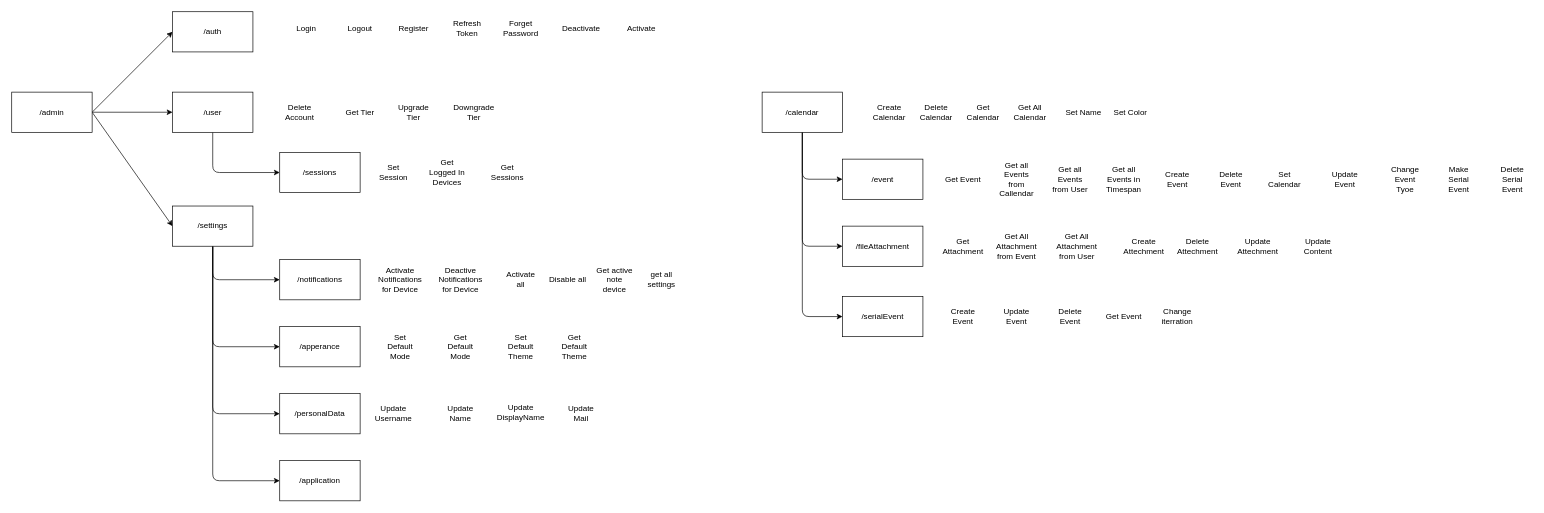
This is page "Admin" (1 of 2) of Architecture/Backend.drawio from TodoXpress/Documentation, a draw.io file, before an edit. Source tidied: cells renumbered, new cells numbered last; positions are measured from the earlier drawing's top-left corner, leaving out a move shared by most shapes. Both pictures are drawn from the tidied source at 67%, with x=0, y=0 at pixel (11, 11).
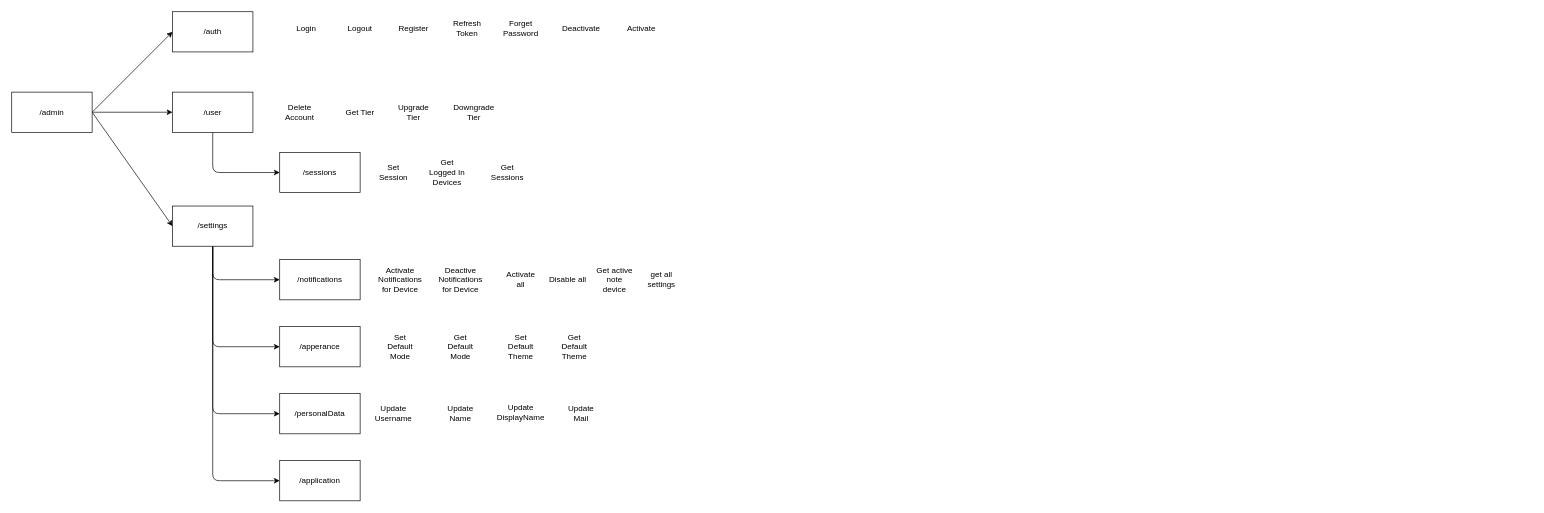
The same page after the edit.

Commit message:
split admin and calendar endoints

Diff of the diagram source:
```diff
@@
-    <mxCell id="47" style="edgeStyle=none;html=1;entryX=0;entryY=0.5;entryDx=0;entryDy=0;" parent="1" edge="1" source="50" target="57">
-      <mxGeometry relative="1" as="geometry">
-        <Array as="points">
-          <mxPoint x="1180" y="250" />
-        </Array>
-      </mxGeometry>
-    </mxCell>
-    <mxCell id="48" style="edgeStyle=none;html=1;exitX=0.5;exitY=1;exitDx=0;exitDy=0;entryX=0;entryY=0.5;entryDx=0;entryDy=0;" parent="1" edge="1" source="50" target="62">
-      <mxGeometry relative="1" as="geometry">
-        <Array as="points">
-          <mxPoint x="1180" y="455" />
-        </Array>
-      </mxGeometry>
-    </mxCell>
-    <mxCell id="49" style="edgeStyle=none;html=1;exitX=0.5;exitY=1;exitDx=0;exitDy=0;entryX=0;entryY=0.5;entryDx=0;entryDy=0;" parent="1" edge="1" source="50" target="75">
-      <mxGeometry relative="1" as="geometry">
-        <Array as="points">
-          <mxPoint x="1180" y="350" />
-        </Array>
-      </mxGeometry>
-    </mxCell>
-    <mxCell id="50" value="/calendar" style="rounded=0;whiteSpace=wrap;html=1;" parent="1" vertex="1">
-      <mxGeometry x="1120" y="120" width="120" height="60" as="geometry" />
-    </mxCell>
-    <mxCell id="51" value="Create Calendar" style="text;html=1;strokeColor=none;fillColor=none;align=center;verticalAlign=middle;whiteSpace=wrap;rounded=0;" parent="1" vertex="1">
-      <mxGeometry x="1280" y="135" width="60" height="30" as="geometry" />
-    </mxCell>
-    <mxCell id="52" value="Delete Calendar" style="text;html=1;strokeColor=none;fillColor=none;align=center;verticalAlign=middle;whiteSpace=wrap;rounded=0;" parent="1" vertex="1">
-      <mxGeometry x="1350" y="135" width="60" height="30" as="geometry" />
-    </mxCell>
-    <mxCell id="53" value="Get Calendar" style="text;html=1;strokeColor=none;fillColor=none;align=center;verticalAlign=middle;whiteSpace=wrap;rounded=0;" parent="1" vertex="1">
-      <mxGeometry x="1420" y="135" width="60" height="30" as="geometry" />
-    </mxCell>
-    <mxCell id="54" value="Get All Calendar" style="text;html=1;strokeColor=none;fillColor=none;align=center;verticalAlign=middle;whiteSpace=wrap;rounded=0;" parent="1" vertex="1">
-      <mxGeometry x="1490" y="135" width="60" height="30" as="geometry" />
-    </mxCell>
-    <mxCell id="55" value="Set Name" style="text;html=1;strokeColor=none;fillColor=none;align=center;verticalAlign=middle;whiteSpace=wrap;rounded=0;" parent="1" vertex="1">
-      <mxGeometry x="1570" y="135" width="60" height="30" as="geometry" />
-    </mxCell>
-    <mxCell id="56" value="Set Color" style="text;html=1;strokeColor=none;fillColor=none;align=center;verticalAlign=middle;whiteSpace=wrap;rounded=0;" parent="1" vertex="1">
-      <mxGeometry x="1640" y="135" width="60" height="30" as="geometry" />
-    </mxCell>
-    <mxCell id="57" value="/event" style="rounded=0;whiteSpace=wrap;html=1;" parent="1" vertex="1">
-      <mxGeometry x="1240" y="220" width="120" height="60" as="geometry" />
-    </mxCell>
-    <mxCell id="58" value="Create Event" style="text;html=1;strokeColor=none;fillColor=none;align=center;verticalAlign=middle;whiteSpace=wrap;rounded=0;" parent="1" vertex="1">
-      <mxGeometry x="1710" y="235" width="60" height="30" as="geometry" />
-    </mxCell>
-    <mxCell id="59" value="Update Event" style="text;html=1;strokeColor=none;fillColor=none;align=center;verticalAlign=middle;whiteSpace=wrap;rounded=0;" parent="1" vertex="1">
-      <mxGeometry x="1960" y="235" width="60" height="30" as="geometry" />
-    </mxCell>
-    <mxCell id="60" value="Set Calendar" style="text;html=1;strokeColor=none;fillColor=none;align=center;verticalAlign=middle;whiteSpace=wrap;rounded=0;" parent="1" vertex="1">
-      <mxGeometry x="1870" y="235" width="60" height="30" as="geometry" />
-    </mxCell>
-    <mxCell id="61" value="Delete&lt;br&gt;Event" style="text;html=1;strokeColor=none;fillColor=none;align=center;verticalAlign=middle;whiteSpace=wrap;rounded=0;" parent="1" vertex="1">
-      <mxGeometry x="1790" y="235" width="60" height="30" as="geometry" />
-    </mxCell>
-    <mxCell id="62" value="/serialEvent" style="rounded=0;whiteSpace=wrap;html=1;" parent="1" vertex="1">
-      <mxGeometry x="1240" y="425" width="120" height="60" as="geometry" />
-    </mxCell>
-    <mxCell id="63" value="Create Event" style="text;html=1;strokeColor=none;fillColor=none;align=center;verticalAlign=middle;whiteSpace=wrap;rounded=0;" parent="1" vertex="1">
-      <mxGeometry x="1390" y="440" width="60" height="30" as="geometry" />
-    </mxCell>
-    <mxCell id="64" value="Delete&lt;br&gt;Event" style="text;html=1;strokeColor=none;fillColor=none;align=center;verticalAlign=middle;whiteSpace=wrap;rounded=0;" parent="1" vertex="1">
-      <mxGeometry x="1550" y="440" width="60" height="30" as="geometry" />
-    </mxCell>
-    <mxCell id="65" value="Get Event" style="text;html=1;strokeColor=none;fillColor=none;align=center;verticalAlign=middle;whiteSpace=wrap;rounded=0;" parent="1" vertex="1">
-      <mxGeometry x="1630" y="440" width="60" height="30" as="geometry" />
-    </mxCell>
-    <mxCell id="66" value="Get Event" style="text;html=1;strokeColor=none;fillColor=none;align=center;verticalAlign=middle;whiteSpace=wrap;rounded=0;" parent="1" vertex="1">
-      <mxGeometry x="1390" y="235" width="60" height="30" as="geometry" />
-    </mxCell>
-    <mxCell id="67" value="Get all Events from Callendar" style="text;html=1;strokeColor=none;fillColor=none;align=center;verticalAlign=middle;whiteSpace=wrap;rounded=0;" parent="1" vertex="1">
-      <mxGeometry x="1470" y="235" width="60" height="30" as="geometry" />
-    </mxCell>
-    <mxCell id="68" value="Get all Events from User" style="text;html=1;strokeColor=none;fillColor=none;align=center;verticalAlign=middle;whiteSpace=wrap;rounded=0;" parent="1" vertex="1">
-      <mxGeometry x="1550" y="235" width="60" height="30" as="geometry" />
-    </mxCell>
-    <mxCell id="69" value="Get all Events in Timespan" style="text;html=1;strokeColor=none;fillColor=none;align=center;verticalAlign=middle;whiteSpace=wrap;rounded=0;" parent="1" vertex="1">
-      <mxGeometry x="1630" y="235" width="60" height="30" as="geometry" />
-    </mxCell>
-    <mxCell id="70" value="Change iterration" style="text;html=1;strokeColor=none;fillColor=none;align=center;verticalAlign=middle;whiteSpace=wrap;rounded=0;" parent="1" vertex="1">
-      <mxGeometry x="1710" y="440" width="60" height="30" as="geometry" />
-    </mxCell>
-    <mxCell id="71" value="Update Event" style="text;html=1;strokeColor=none;fillColor=none;align=center;verticalAlign=middle;whiteSpace=wrap;rounded=0;" parent="1" vertex="1">
-      <mxGeometry x="1470" y="440" width="60" height="30" as="geometry" />
-    </mxCell>
-    <mxCell id="72" value="Delete Serial Event" style="text;html=1;strokeColor=none;fillColor=none;align=center;verticalAlign=middle;whiteSpace=wrap;rounded=0;" parent="1" vertex="1">
-      <mxGeometry x="2210" y="235" width="60" height="30" as="geometry" />
-    </mxCell>
-    <mxCell id="73" value="Make Serial Event" style="text;html=1;strokeColor=none;fillColor=none;align=center;verticalAlign=middle;whiteSpace=wrap;rounded=0;" parent="1" vertex="1">
-      <mxGeometry x="2130" y="235" width="60" height="30" as="geometry" />
-    </mxCell>
-    <mxCell id="74" value="Change Event Tyoe" style="text;html=1;strokeColor=none;fillColor=none;align=center;verticalAlign=middle;whiteSpace=wrap;rounded=0;" parent="1" vertex="1">
-      <mxGeometry x="2050" y="235" width="60" height="30" as="geometry" />
-    </mxCell>
-    <mxCell id="75" value="/fileAttachment" style="rounded=0;whiteSpace=wrap;html=1;" parent="1" vertex="1">
-      <mxGeometry x="1240" y="320" width="120" height="60" as="geometry" />
-    </mxCell>
-    <mxCell id="76" value="Create Attechment" style="text;html=1;strokeColor=none;fillColor=none;align=center;verticalAlign=middle;whiteSpace=wrap;rounded=0;" parent="1" vertex="1">
-      <mxGeometry x="1660" y="335" width="60" height="30" as="geometry" />
-    </mxCell>
-    <mxCell id="77" value="Delete&lt;br&gt;Attechment" style="text;html=1;strokeColor=none;fillColor=none;align=center;verticalAlign=middle;whiteSpace=wrap;rounded=0;" parent="1" vertex="1">
-      <mxGeometry x="1740" y="335" width="60" height="30" as="geometry" />
-    </mxCell>
-    <mxCell id="78" value="Get Attachment" style="text;html=1;strokeColor=none;fillColor=none;align=center;verticalAlign=middle;whiteSpace=wrap;rounded=0;" parent="1" vertex="1">
-      <mxGeometry x="1390" y="335" width="60" height="30" as="geometry" />
-    </mxCell>
-    <mxCell id="79" value="Get All Attachment&lt;br&gt;from Event" style="text;html=1;strokeColor=none;fillColor=none;align=center;verticalAlign=middle;whiteSpace=wrap;rounded=0;" parent="1" vertex="1">
-      <mxGeometry x="1470" y="335" width="60" height="30" as="geometry" />
-    </mxCell>
-    <mxCell id="80" value="Get All Attachment&lt;br&gt;from User" style="text;html=1;strokeColor=none;fillColor=none;align=center;verticalAlign=middle;whiteSpace=wrap;rounded=0;" parent="1" vertex="1">
-      <mxGeometry x="1560" y="335" width="60" height="30" as="geometry" />
-    </mxCell>
-    <mxCell id="81" value="Update Attechment" style="text;html=1;strokeColor=none;fillColor=none;align=center;verticalAlign=middle;whiteSpace=wrap;rounded=0;" parent="1" vertex="1">
-      <mxGeometry x="1830" y="335" width="60" height="30" as="geometry" />
-    </mxCell>
-    <mxCell id="82" value="Update Content" style="text;html=1;strokeColor=none;fillColor=none;align=center;verticalAlign=middle;whiteSpace=wrap;rounded=0;" parent="1" vertex="1">
-      <mxGeometry x="1920" y="335" width="60" height="30" as="geometry" />
-    </mxCell>
```
